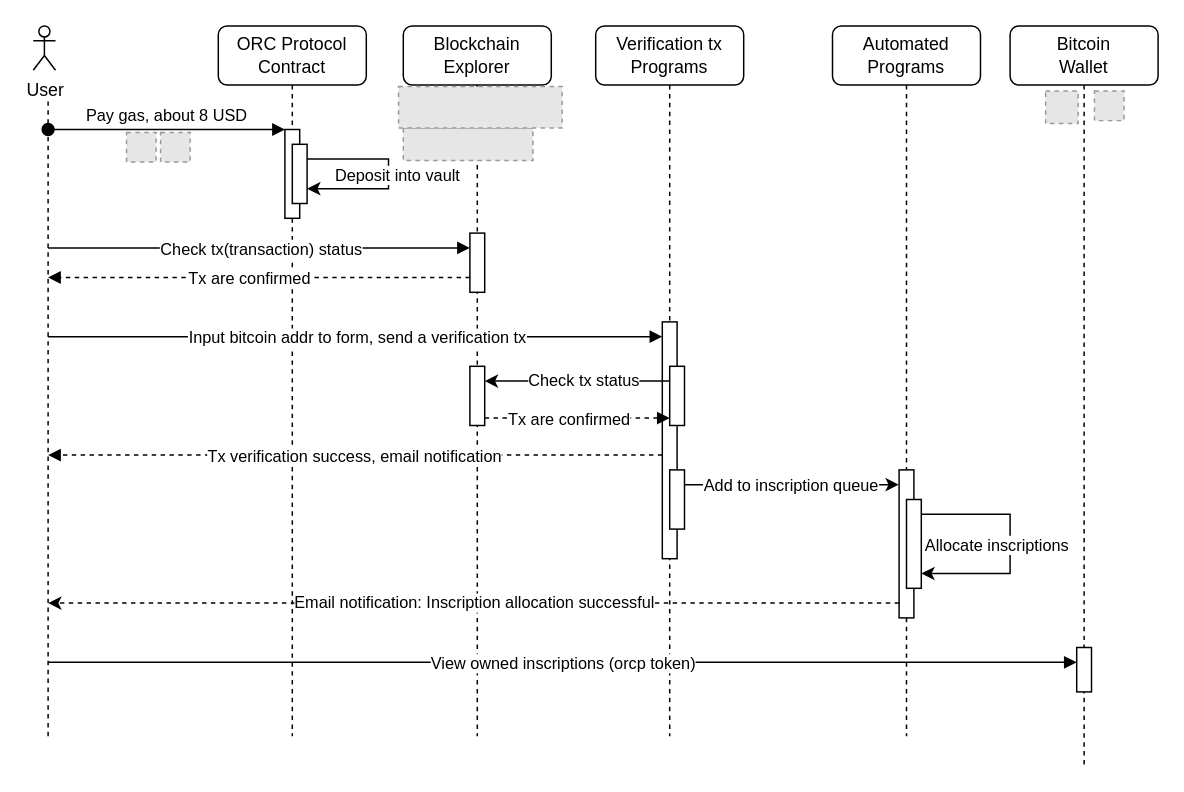
Above: Flow of user to obtain inscriptions.drawio in orc-protocol/diagrams (draw.io), before the change. Source tidied: cells renumbered, new cells numbered last; positions are measured from the earlier drawing's top-left corner, leaving out a move shared by most shapes. Both pictures are drawn from the tidied source at 148%, with x=0, y=0 at pixel (33, 25). Pictures stored in the file or linked from it are replaced by grey dashed boxes.
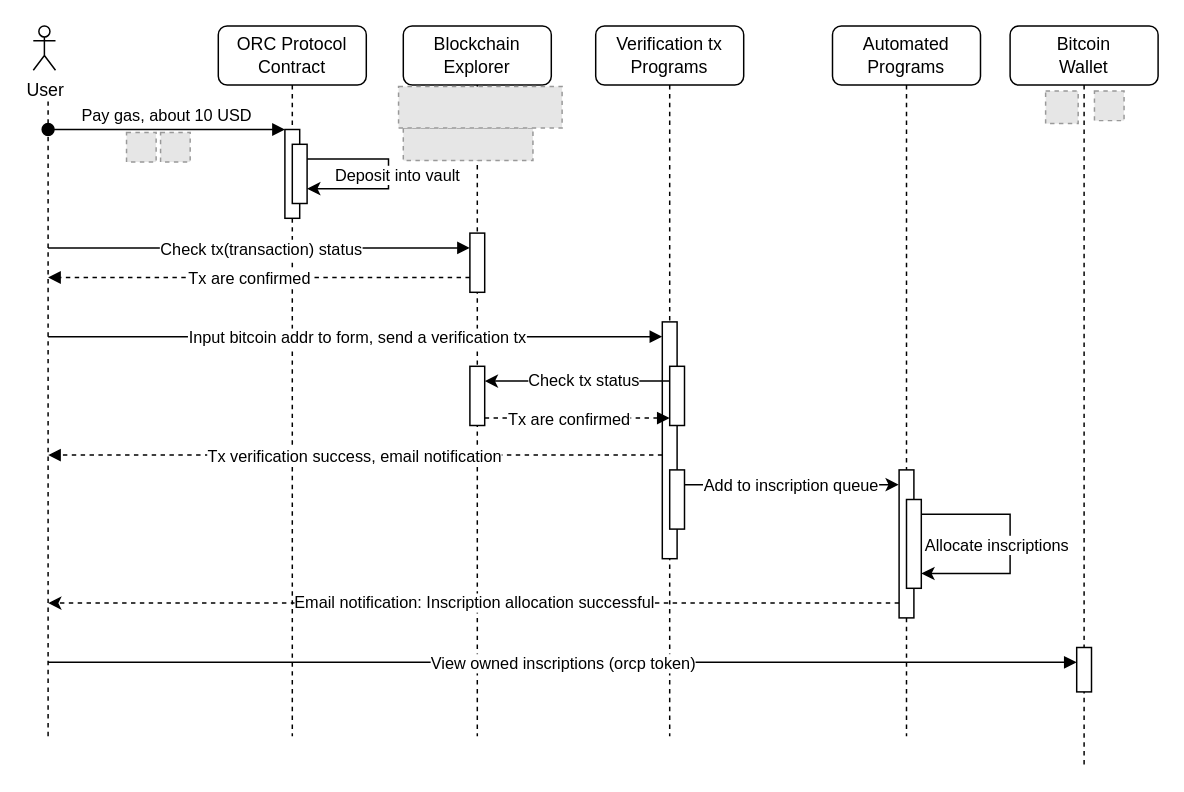
The same page after the edit.

Unchanged cells that the change refers to:
```xml
<mxCell id="2" value="ORC Protocol&lt;br&gt;Contract" style="shape=umlLifeline;perimeter=lifelinePerimeter;whiteSpace=wrap;html=1;newEdgeStyle={&quot;edgeStyle&quot;:&quot;elbowEdgeStyle&quot;,&quot;elbow&quot;:&quot;vertical&quot;,&quot;curved&quot;:0,&quot;rounded&quot;:0};rounded=1;" parent="1" vertex="1">
  <mxGeometry x="125" width="100" height="480" as="geometry" />
</mxCell>
<mxCell id="3" style="html=1;points=[];perimeter=orthogonalPerimeter;outlineConnect=0;targetShapes=umlLifeline;portConstraint=eastwest;newEdgeStyle={&quot;edgeStyle&quot;:&quot;elbowEdgeStyle&quot;,&quot;elbow&quot;:&quot;vertical&quot;,&quot;curved&quot;:0,&quot;rounded&quot;:0};" parent="2" vertex="1">
  <mxGeometry x="45" y="70" width="10" height="60" as="geometry" />
</mxCell>
```

What changed in the source:
```diff
@@
-    <mxCell id="4" value="Pay gas, about 8 USD" style="html=1;verticalAlign=bottom;startArrow=oval;endArrow=block;startSize=8;edgeStyle=elbowEdgeStyle;elbow=vertical;curved=0;rounded=0;" parent="2" edge="1" target="3">
+    <mxCell id="4" value="Pay gas, about 10 USD" style="html=1;verticalAlign=bottom;startArrow=oval;endArrow=block;startSize=8;edgeStyle=elbowEdgeStyle;elbow=vertical;curved=0;rounded=0;" parent="2" edge="1" target="3">
       <mxGeometry relative="1" as="geometry">
         <mxPoint x="-115" y="70" as="sourcePoint" />
       </mxGeometry>
     </mxCell>
```
